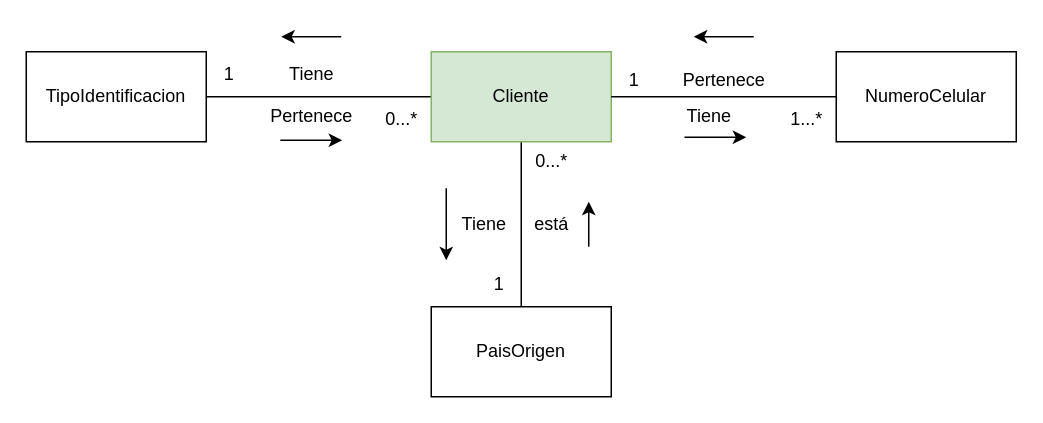
This is page "Contexto Clientes (Modelo dominio Clientes)" (2 of 12) of Restaurante_Disenio.drawio from andrescardo98/doo, a draw.io file, before an edit. Source tidied: cells renumbered, new cells numbered last; positions are measured from the earlier drawing's top-left corner, leaving out a move shared by most shapes. Both pictures are drawn from the tidied source at 150%, with x=0, y=0 at pixel (26, 36).
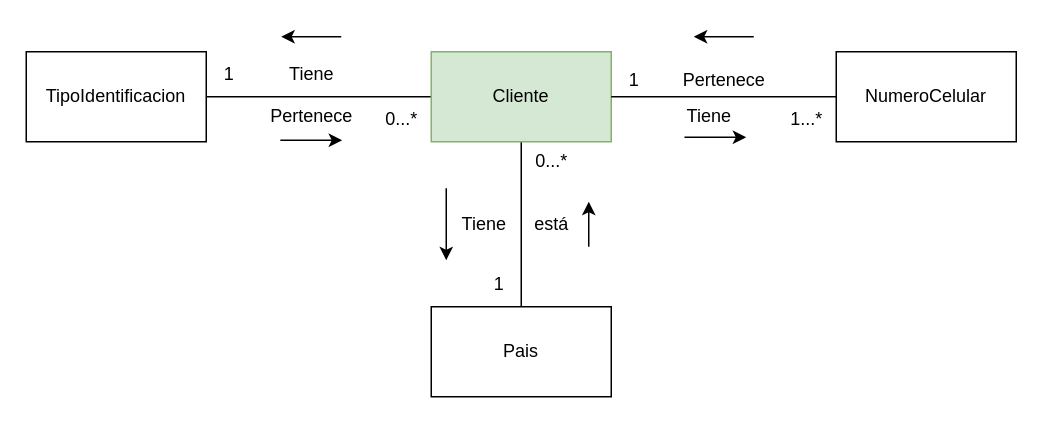
The same diagram, later.

What changed in the source:
```diff
@@
-    <mxCell id="20" value="PaisOrigen" style="rounded=0;whiteSpace=wrap;html=1;" parent="1" vertex="1">
+    <mxCell id="20" value="Pais" style="rounded=0;whiteSpace=wrap;html=1;" parent="1" vertex="1">
       <mxGeometry x="270" y="180" width="120" height="60" as="geometry" />
     </mxCell>
```
